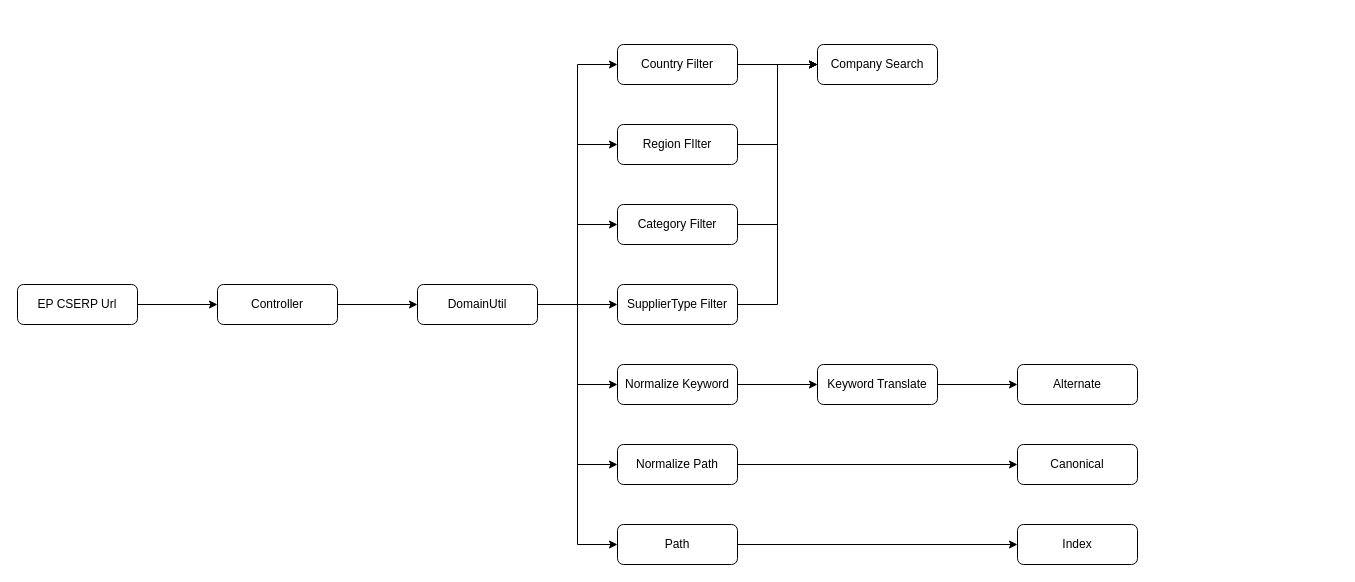
Above: drawio/ep_cserp_recover.drawio in VisableHarry/seo-drawio (draw.io), before the change. Source tidied: cells renumbered, new cells numbered last; positions are measured from the earlier drawing's top-left corner, leaving out a move shared by most shapes. Both pictures are drawn from the tidied source at 100%, with x=0, y=0 at pixel (17, 44).
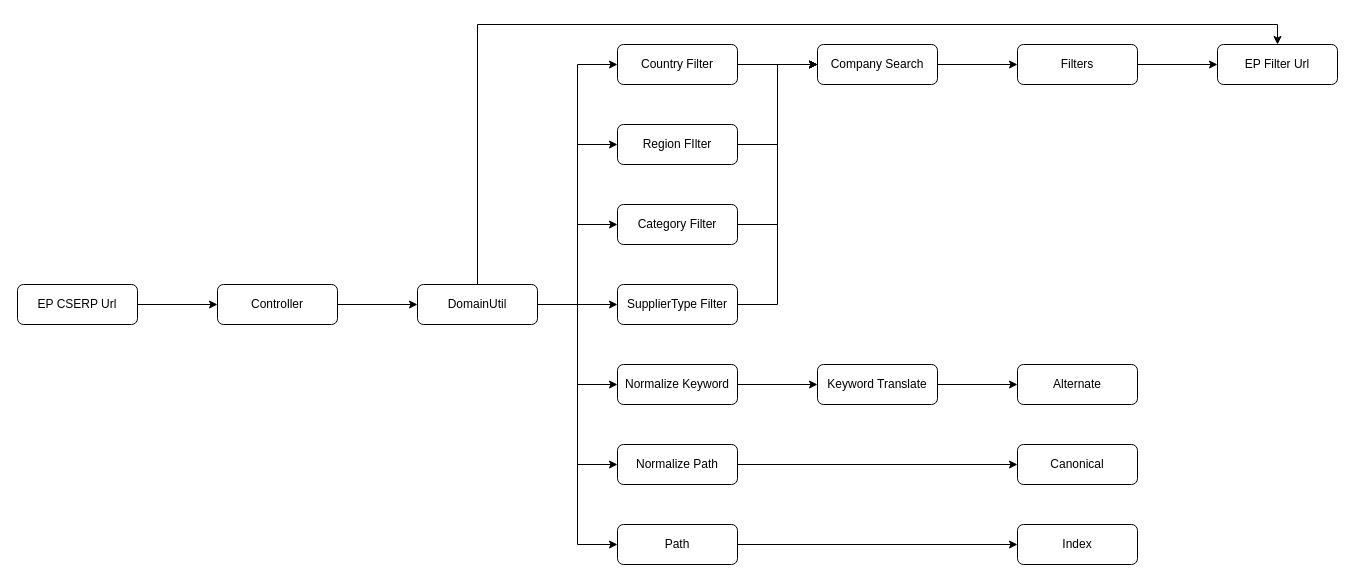
The same diagram, later.

The change refers to these unchanged cells:
```xml
<mxCell id="13" value="DomainUtil" style="rounded=1;whiteSpace=wrap;html=1;" parent="1" vertex="1">
  <mxGeometry x="400" y="240" width="120" height="40" as="geometry" />
</mxCell>
<mxCell id="26" value="Company Search" style="rounded=1;whiteSpace=wrap;html=1;" parent="1" vertex="1">
  <mxGeometry x="800" width="120" height="40" as="geometry" />
</mxCell>
```

Diff of the diagram source:
```diff
@@
+    <mxCell id="34" style="edgeStyle=orthogonalEdgeStyle;rounded=0;jettySize=auto;html=1;exitX=0.5;exitY=0;exitDx=0;exitDy=0;entryX=0.5;entryY=0;entryDx=0;entryDy=0;" parent="1" edge="1" source="13" target="38">
+      <mxGeometry relative="1" as="geometry" />
+    </mxCell>
@@
+    <mxCell id="35" style="edgeStyle=orthogonalEdgeStyle;rounded=0;jettySize=auto;html=1;exitX=1;exitY=0.5;exitDx=0;exitDy=0;entryX=0;entryY=0.5;entryDx=0;entryDy=0;" parent="1" edge="1" source="26" target="37">
+      <mxGeometry relative="1" as="geometry" />
+    </mxCell>
@@
+    <mxCell id="36" style="edgeStyle=orthogonalEdgeStyle;rounded=0;jettySize=auto;html=1;exitX=1;exitY=0.5;exitDx=0;exitDy=0;entryX=0;entryY=0.5;entryDx=0;entryDy=0;" parent="1" edge="1" source="37" target="38">
+      <mxGeometry relative="1" as="geometry" />
+    </mxCell>
+    <mxCell id="37" value="Filters" style="rounded=1;whiteSpace=wrap;html=1;" parent="1" vertex="1">
+      <mxGeometry x="1000" width="120" height="40" as="geometry" />
+    </mxCell>
+    <mxCell id="38" value="EP Filter Url" style="rounded=1;whiteSpace=wrap;html=1;" parent="1" vertex="1">
+      <mxGeometry x="1200" width="120" height="40" as="geometry" />
+    </mxCell>
```
